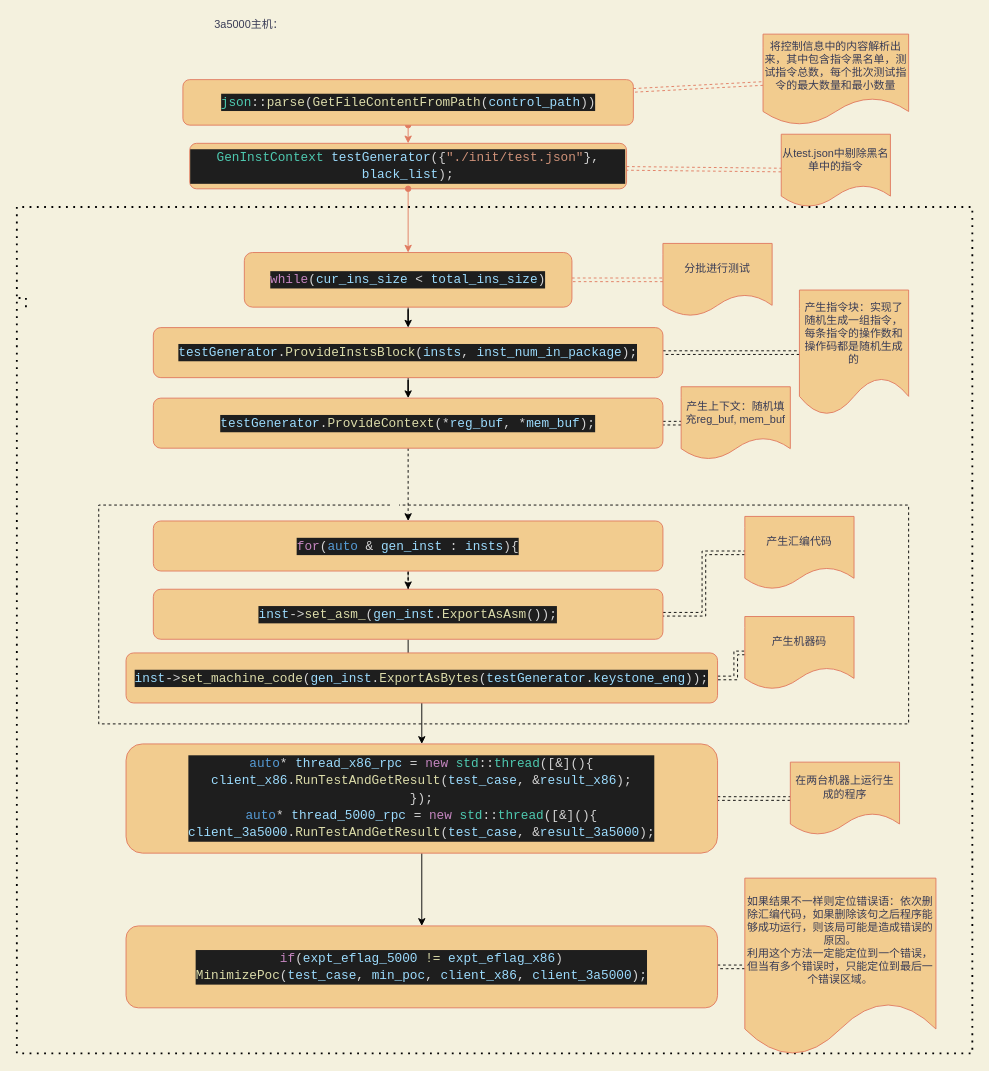
Earlier version of the draw.io diagram page "Page-1" (1 of 2) of Untitled Diagram.drawio (ganjue66da/ganjue66da). Source tidied: cells renumbered, new cells numbered last; positions are measured from the earlier drawing's top-left corner, leaving out a move shared by most shapes. Both pictures are drawn from the tidied source at 91%, with x=0, y=0 at pixel (16, 15).
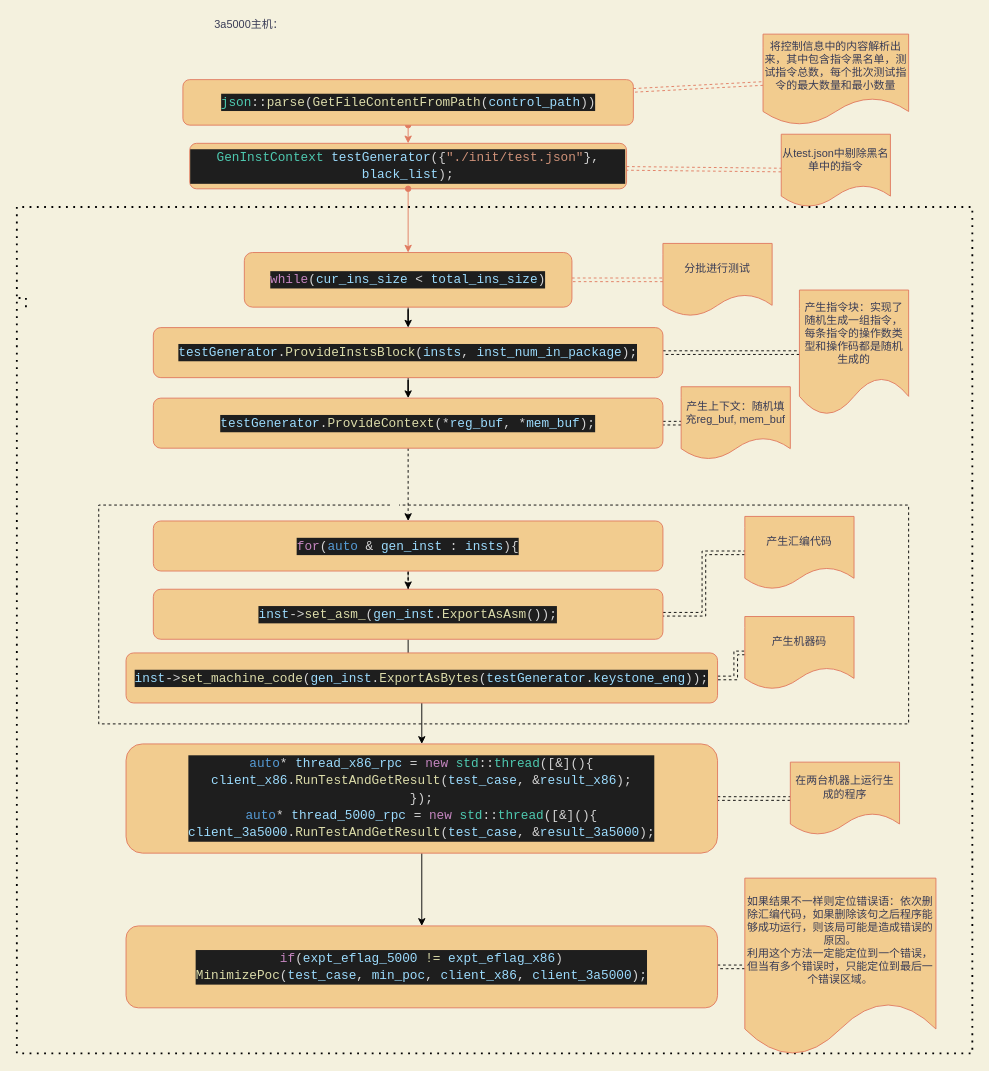
After the change.

The edit, as a diff of the source:
```diff
@@
-    <mxCell id="18" value="产生指令块：实现了随机生成一组指令，每条指令的操作数和操作码都是随机生成的" style="shape=document;whiteSpace=wrap;html=1;boundedLbl=1;rounded=1;shadow=0;fontColor=#393C56;strokeColor=#E07A5F;strokeWidth=1;fillColor=#F2CC8F;glass=0;" parent="1" vertex="1">
+    <mxCell id="18" value="产生指令块：实现了随机生成一组指令，每条指令的操作数类型和操作码都是随机生成的" style="shape=document;whiteSpace=wrap;html=1;boundedLbl=1;rounded=1;shadow=0;fontColor=#393C56;strokeColor=#E07A5F;strokeWidth=1;fillColor=#F2CC8F;glass=0;" parent="1" vertex="1">
       <mxGeometry x="860" y="301.2" width="120" height="137.5" as="geometry" />
     </mxCell>
```
